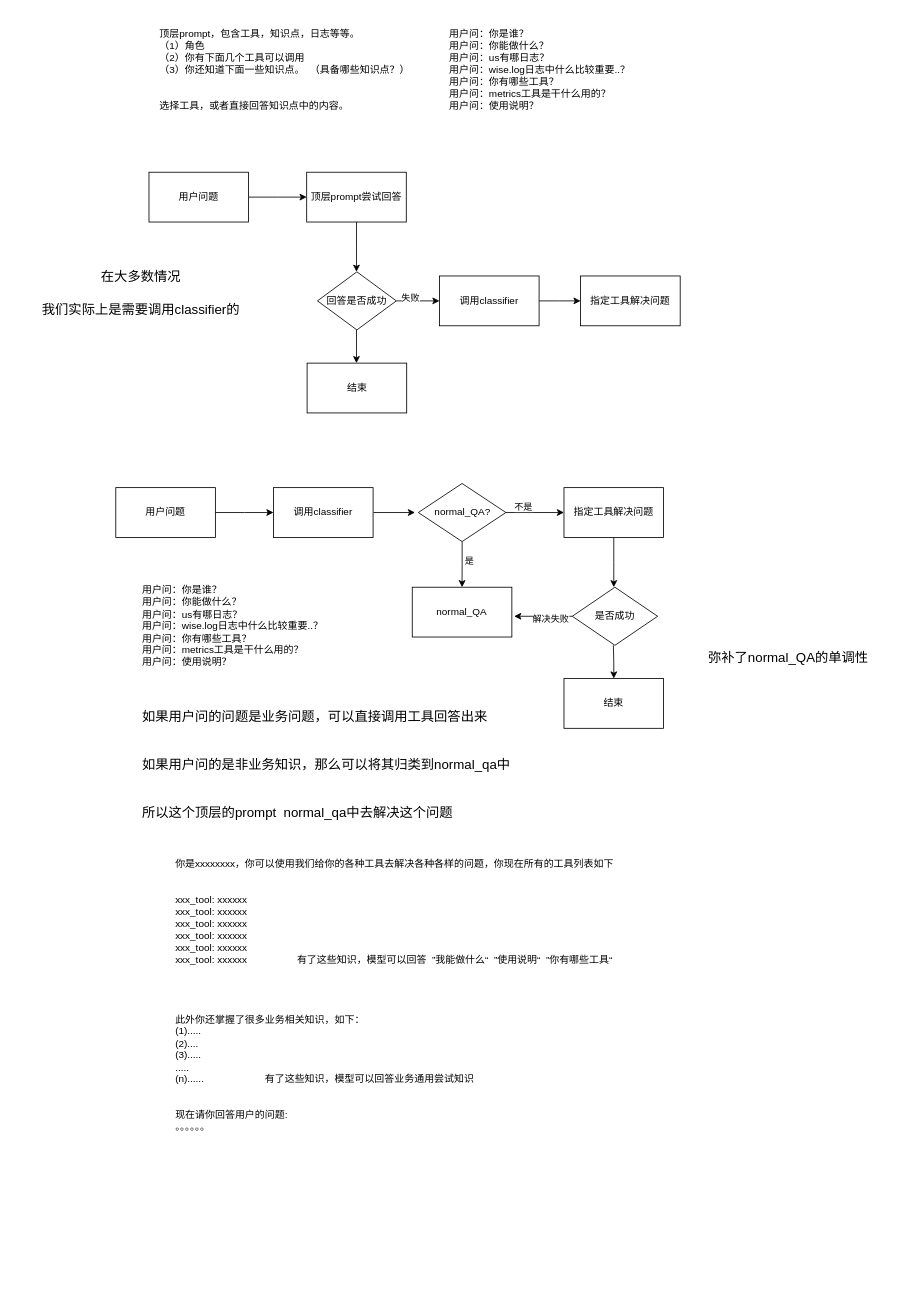
wzregan/draw keeps this draw.io diagram as 方案.drawio. Above is the earlier version. Source tidied: cells renumbered, new cells numbered last; positions are measured from the earlier drawing's top-left corner, leaving out a move shared by most shapes. Both pictures are drawn from the tidied source at 83%, with x=0, y=0 at pixel (32, 22).
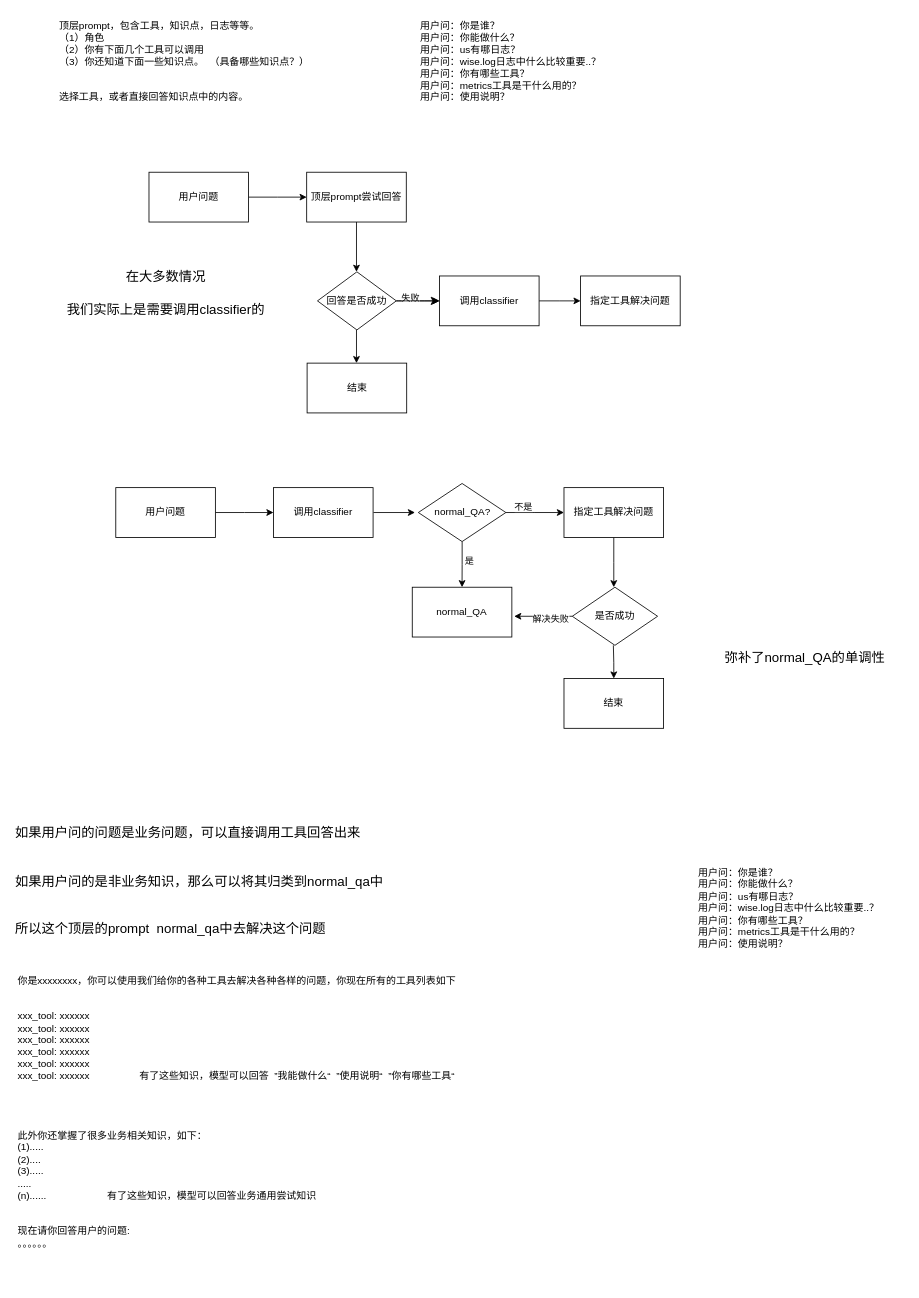
The same diagram, later.

The change refers to these unchanged cells:
```xml
<mxCell id="6" value="顶层prompt尝试回答" style="rounded=0;whiteSpace=wrap;html=1;" parent="1" vertex="1">
  <mxGeometry x="330" y="180" width="120" height="60" as="geometry" />
</mxCell>
<mxCell id="10" value="回答是否成功" style="rhombus;whiteSpace=wrap;html=1;" parent="1" vertex="1">
  <mxGeometry x="343" y="300" width="95" height="70" as="geometry" />
</mxCell>
<mxCell id="13" value="调用classifier" style="rounded=0;whiteSpace=wrap;html=1;" parent="1" vertex="1">
  <mxGeometry x="490" y="305" width="120" height="60" as="geometry" />
</mxCell>
```

What changed in the source:
```diff
@@
     <mxCell id="2" value="顶层prompt，包含工具，知识点，日志等等。&#10;（1）角色&#10;（2）你有下面几个工具可以调用&#10;（3）你还知道下面一些知识点。  （具备哪些知识点？）&#10;&#10;&#10;选择工具，或者直接回答知识点中的内容。" style="text;whiteSpace=wrap;" parent="1" vertex="1">
-      <mxGeometry x="150.5" width="330" height="120" as="geometry" />
+      <mxGeometry x="30" y="-10" width="330" height="120" as="geometry" />
     </mxCell>
@@
-    <mxCell id="5" style="edgeStyle=orthogonalEdgeStyle;rounded=0;jettySize=auto;html=1;" parent="1" edge="1" source="6">
+    <mxCell id="5" style="edgeStyle=orthogonalEdgeStyle;rounded=0;orthogonalLoop=1;jettySize=auto;html=1;" parent="1" edge="1">
       <mxGeometry relative="1" as="geometry">
+        <mxPoint x="390" y="240" as="sourcePoint" />
         <mxPoint x="390" y="300" as="targetPoint" />
       </mxGeometry>
     </mxCell>
@@
+    <mxCell id="38" style="edgeStyle=none;curved=1;rounded=0;jettySize=auto;html=1;fontSize=12;startSize=8;endSize=8;" parent="1" edge="1" source="10" target="13">
+      <mxGeometry relative="1" as="geometry" />
+    </mxCell>
@@
     <mxCell id="15" value="用户问：你是谁？&#10;用户问：你能做什么？&#10;用户问：us有哪日志？&#10;用户问：wise.log日志中什么比较重要..？&#10;用户问：你有哪些工具？&#10;用户问：metrics工具是干什么用的？&#10;用户问：使用说明？" style="text;whiteSpace=wrap;" parent="1" vertex="1">
-      <mxGeometry x="500" width="250" height="120" as="geometry" />
+      <mxGeometry x="464.5" y="-10" width="250" height="120" as="geometry" />
     </mxCell>
@@
     <mxCell id="28" value="用户问：你是谁？&#10;用户问：你能做什么？&#10;用户问：us有哪日志？&#10;用户问：wise.log日志中什么比较重要..？&#10;用户问：你有哪些工具？&#10;用户问：metrics工具是干什么用的？&#10;用户问：使用说明？" style="text;whiteSpace=wrap;" parent="1" vertex="1">
-      <mxGeometry x="130" y="670" width="250" height="120" as="geometry" />
+      <mxGeometry x="800" y="1010" width="250" height="120" as="geometry" />
     </mxCell>
@@
     <mxCell id="34" value="你是xxxxxxxx，你可以使用我们给你的各种工具去解决各种各样的问题，你现在所有的工具列表如下&#10;&#10;&#10;xxx_tool: xxxxxx&#10;xxx_tool: xxxxxx&#10;xxx_tool: xxxxxx&#10;xxx_tool: xxxxxx&#10;xxx_tool: xxxxxx&#10;xxx_tool: xxxxxx                  有了这些知识，模型可以回答  ”我能做什么“  ”使用说明“  ”你有哪些工具“ &#10;&#10;&#10;&#10;&#10;此外你还掌握了很多业务相关知识，如下：&#10;(1).....&#10;(2)....&#10;(3).....&#10;.....&#10;(n)......                      有了这些知识，模型可以回答业务通用尝试知识&#10;&#10;&#10;现在请你回答用户的问题:&#10;。。。。。。" style="text;whiteSpace=wrap;" parent="1" vertex="1">
-      <mxGeometry x="170" y="1000" width="560" height="380" as="geometry" />
+      <mxGeometry x="-20" y="1140" width="560" height="380" as="geometry" />
     </mxCell>
     <mxCell id="35" value="如果用户问的问题是业务问题，可以直接调用工具回答出来&#10;&#10;&#10;如果用户问的是非业务知识，那么可以将其归类到normal_qa中&#10;&#10;&#10;所以这个顶层的prompt  normal_qa中去解决这个问题" style="text;whiteSpace=wrap;fontSize=16;" parent="1" vertex="1">
-      <mxGeometry x="130" y="820" width="480" height="150" as="geometry" />
+      <mxGeometry x="-22.8" y="960" width="480" height="150" as="geometry" />
     </mxCell>
     <mxCell id="36" value="在大多数情况&lt;br&gt;&lt;br&gt;我们实际上是需要调用classifier的&lt;br&gt;&lt;br&gt;" style="text;html=1;align=center;verticalAlign=middle;strokeColor=none;fillColor=none;fontSize=16;" parent="1" vertex="1">
-      <mxGeometry y="290" width="260" height="90" as="geometry" />
+      <mxGeometry x="30" y="290" width="260" height="90" as="geometry" />
     </mxCell>
     <mxCell id="37" value="弥补了normal_QA的单调性" style="text;html=1;align=center;verticalAlign=middle;strokeColor=none;fillColor=none;fontSize=16;" parent="1" vertex="1">
-      <mxGeometry x="800" y="750" width="220" height="30" as="geometry" />
+      <mxGeometry x="820" y="750" width="220" height="30" as="geometry" />
     </mxCell>
```
